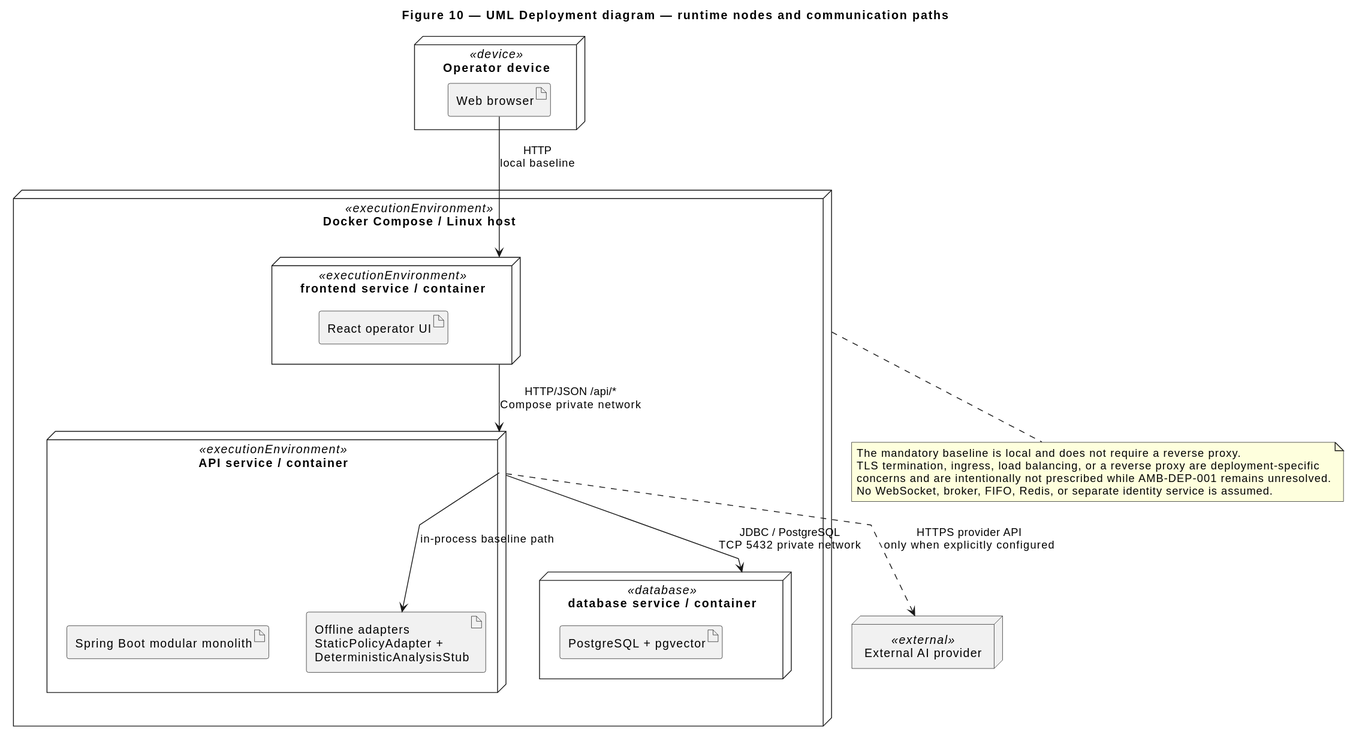
Earlier version of the PlantUML export docs/assignment/SDD/diagrams/deployment-topology.svg (jdoe-dev-159753/specgraph-reference-app).
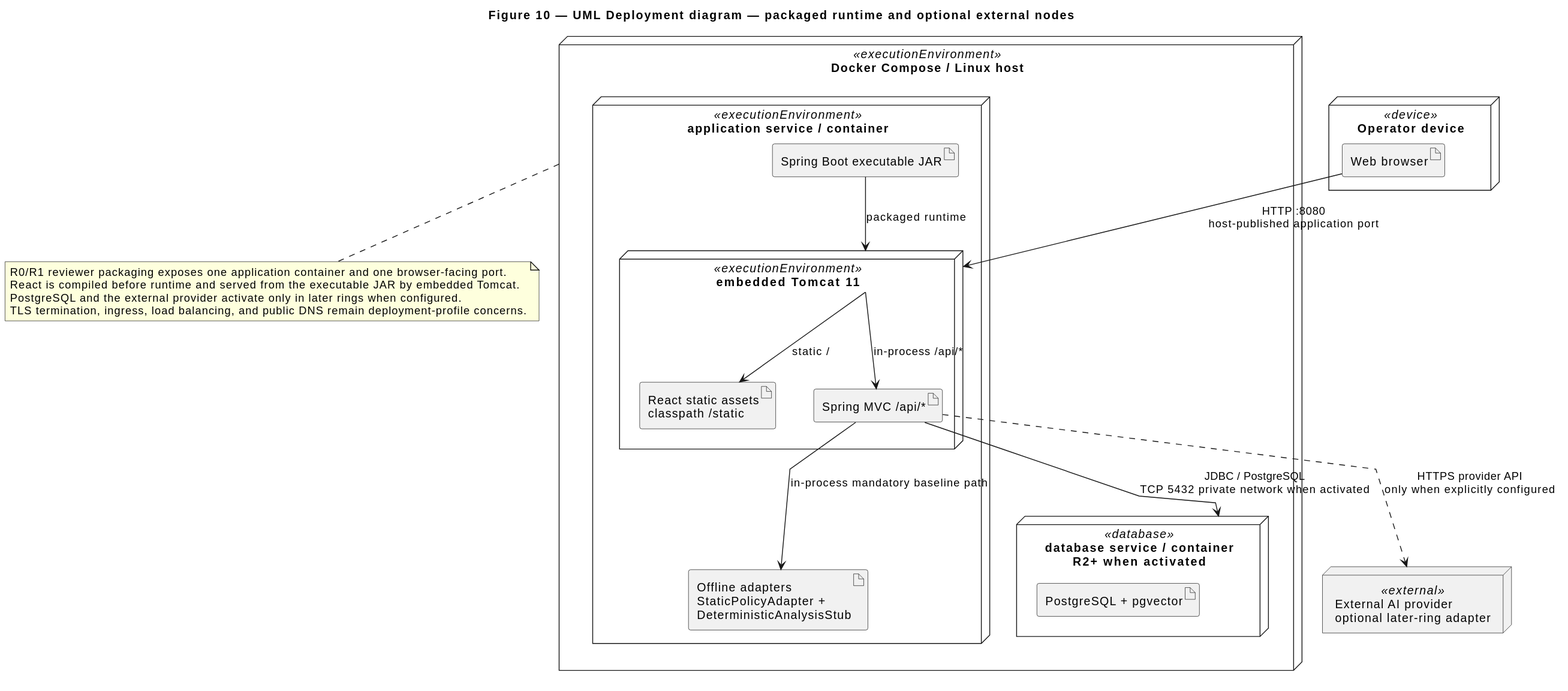
The same file after the commit.

What changed in the source:
```diff
@@ -1,5 +1,5 @@
 @startuml
-title Figure 10 — UML Deployment diagram — runtime nodes and communication paths
+title Figure 10 — UML Deployment diagram — packaged runtime and optional external nodes
 top to bottom direction
 skinparam linetype polyline
 skinparam nodesep 45
@@ -10,32 +10,34 @@
 }
 
 node "Docker Compose / Linux host" as Host <<executionEnvironment>> {
-  node "frontend service / container" as Web <<executionEnvironment>> {
-    artifact "React operator UI" as React
-  }
-
-  node "API service / container" as Api <<executionEnvironment>> {
-    artifact "Spring Boot modular monolith" as Spring
+  node "application service / container" as App <<executionEnvironment>> {
+    node "embedded Tomcat 11" as Tomcat <<executionEnvironment>> {
+      artifact "React static assets\nclasspath /static" as React
+      artifact "Spring MVC /api/*" as Api
+    }
+    artifact "Spring Boot executable JAR" as Jar
     artifact "Offline adapters\nStaticPolicyAdapter +\nDeterministicAnalysisStub" as Offline
   }
 
-  node "database service / container" as DB <<database>> {
+  node "database service / container\nR2+ when activated" as DB <<database>> {
     artifact "PostgreSQL + pgvector" as PostgreSQL
   }
 }
 
-node "External AI provider" as Provider <<external>>
+node "External AI provider\noptional later-ring adapter" as Provider <<external>>
 
-Browser --> Web : HTTP\nlocal baseline
-Web --> Api : HTTP/JSON /api/*\nCompose private network
-Api --> DB : JDBC / PostgreSQL\nTCP 5432 private network
+Browser --> Tomcat : HTTP :8080\nhost-published application port
+Tomcat --> React : static /
+Tomcat --> Api : in-process /api/*
+Jar --> Tomcat : packaged runtime
+Api --> DB : JDBC / PostgreSQL\nTCP 5432 private network when activated
 Api ..> Provider : HTTPS provider API\nonly when explicitly configured
-Api --> Offline : in-process baseline path
+Api --> Offline : in-process mandatory baseline path
 
 note bottom of Host
-  The mandatory baseline is local and does not require a reverse proxy.
-  TLS termination, ingress, load balancing, or a reverse proxy are deployment-specific
-  concerns and are intentionally not prescribed while AMB-DEP-001 remains unresolved.
-  No WebSocket, broker, FIFO, Redis, or separate identity service is assumed.
+  R0/R1 reviewer packaging exposes one application container and one browser-facing port.
+  React is compiled before runtime and served from the executable JAR by embedded Tomcat.
+  PostgreSQL and the external provider activate only in later rings when configured.
+  TLS termination, ingress, load balancing, and public DNS remain deployment-profile concerns.
 end note
 @enduml
```
